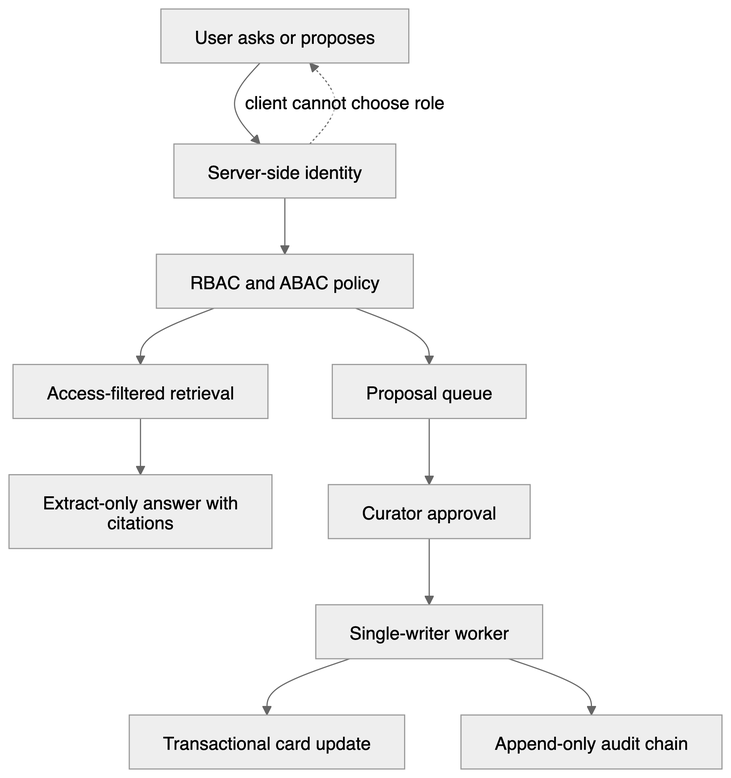
Before: diagrams/saleswiki-trust-boundary.png, a diagram exported from Mermaid (artemrudenko/SalesWiki-public). Its source is kept beside it as diagrams/saleswiki-trust-boundary.mmd.
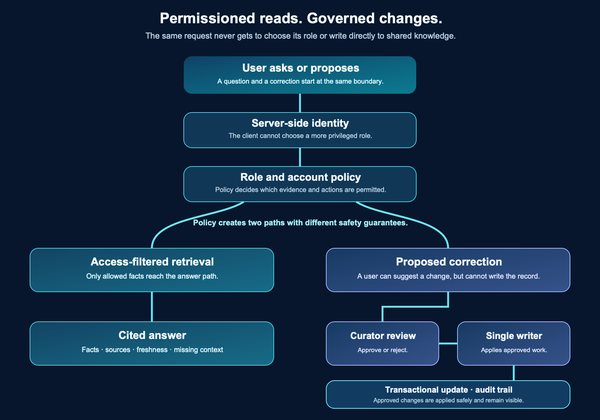
Later version of the same file.

Diff of the diagram source:
```diff
@@ -1,11 +1,9 @@
-graph TD
+flowchart TD
     A[User asks or proposes] --> B[Server-side identity]
-    B --> C[RBAC and ABAC policy]
+    B --> C[Role and account policy]
     C --> D[Access-filtered retrieval]
-    D --> E[Extract-only answer with citations]
-    C --> F[Proposal queue]
-    F --> G[Curator approval]
-    G --> H[Single-writer worker]
-    H --> I[Transactional card update]
-    H --> J[Append-only audit chain]
+    D --> E[Cited answer: facts, sources, freshness, missing context]
+    C --> F[Proposed correction]
+    F --> G[Curator review]
+    G --> H[Single writer]
     B -. client cannot choose role .-> A
```
